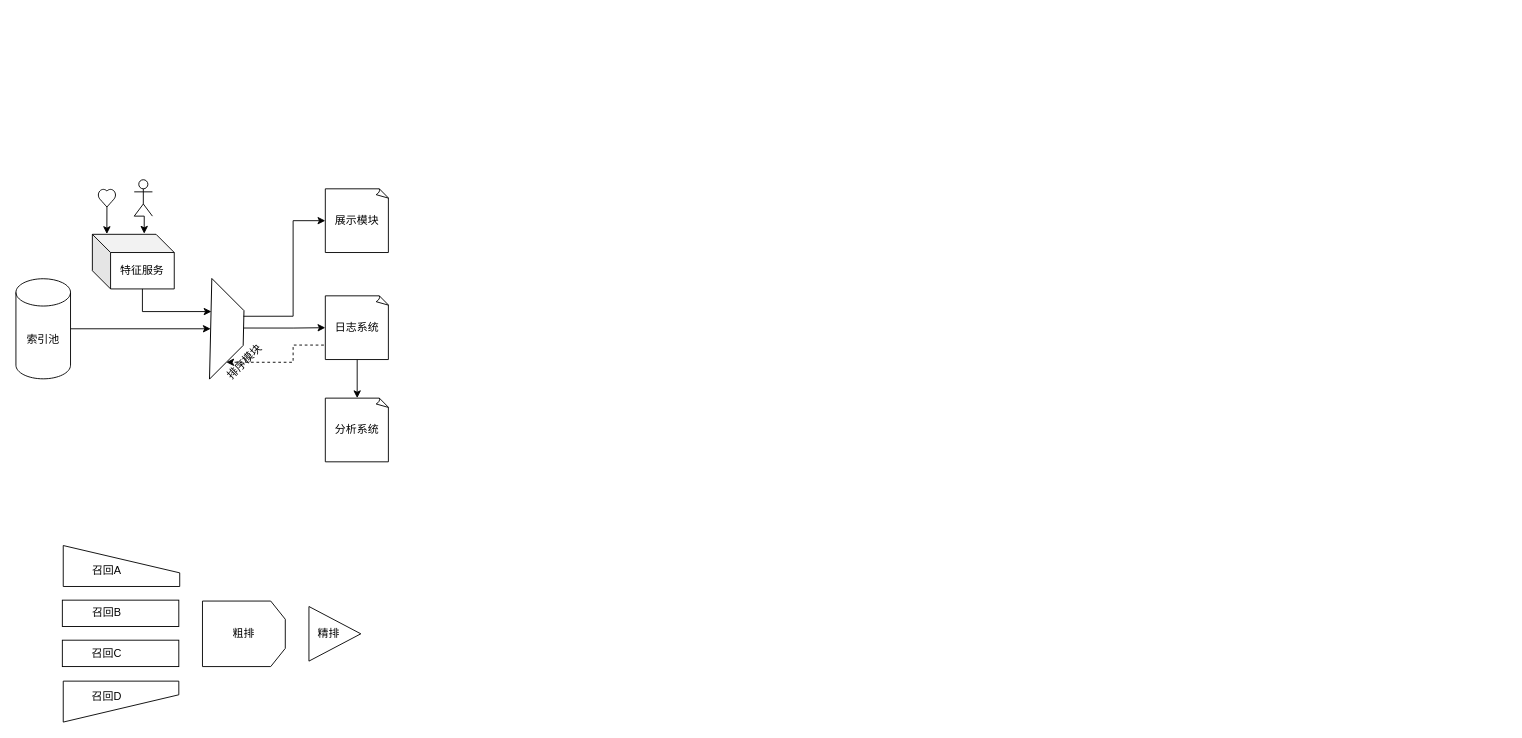
Xiaohu-D/- keeps this draw.io diagram as 未命名绘图.drawio. Above is the earlier version. Source tidied: cells renumbered, new cells numbered last; positions are measured from the earlier drawing's top-left corner, leaving out a move shared by most shapes. Both pictures are drawn from the tidied source at 91%, with x=0, y=0 at pixel (15, 179).
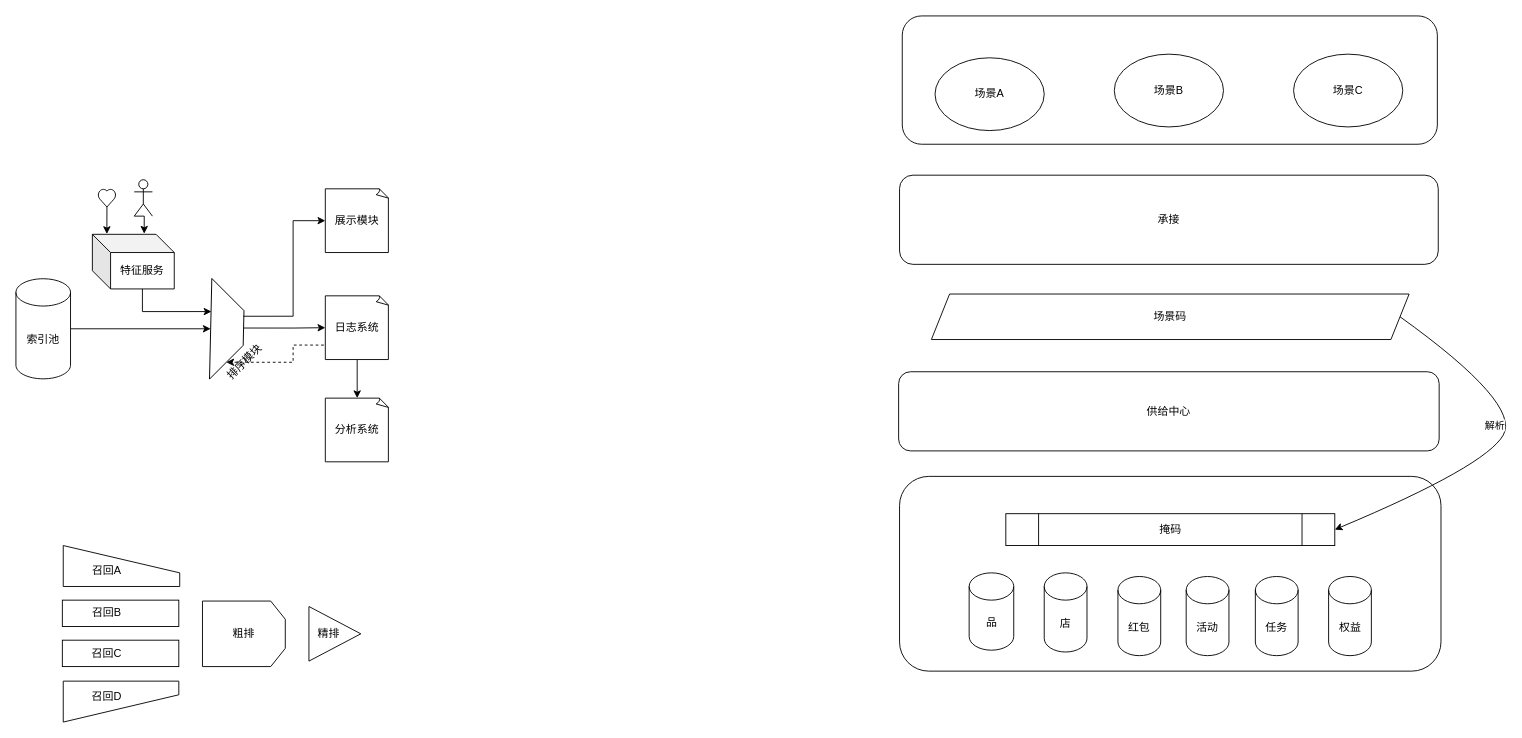
The same diagram, later.

Commit message:
更新未命名绘图.drawio

Diff of the diagram source:
```diff
@@
+    <mxCell id="29" style="rounded=1;whiteSpace=wrap;html=1;" parent="1" vertex="1">
+      <mxGeometry x="971" y="326" width="595" height="214" as="geometry" />
+    </mxCell>
+    <mxCell id="30" style="rounded=1;whiteSpace=wrap;html=1;" parent="1" vertex="1">
+      <mxGeometry x="974" y="-180" width="588" height="141" as="geometry" />
+    </mxCell>
@@
+    <mxCell id="31" value="供给中心" style="rounded=1;whiteSpace=wrap;html=1;" parent="1" vertex="1">
+      <mxGeometry x="970" y="211" width="594" height="87" as="geometry" />
+    </mxCell>
+    <mxCell id="32" value="品" style="shape=cylinder3;whiteSpace=wrap;html=1;boundedLbl=1;backgroundOutline=1;size=15;" parent="1" vertex="1">
+      <mxGeometry x="1047.5" y="432" width="49" height="85" as="geometry" />
+    </mxCell>
+    <mxCell id="33" value="店" style="shape=cylinder3;whiteSpace=wrap;html=1;boundedLbl=1;backgroundOutline=1;size=15;" parent="1" vertex="1">
+      <mxGeometry x="1130" y="432" width="47" height="87" as="geometry" />
+    </mxCell>
+    <mxCell id="34" value="红包" style="shape=cylinder3;whiteSpace=wrap;html=1;boundedLbl=1;backgroundOutline=1;size=15;" parent="1" vertex="1">
+      <mxGeometry x="1211" y="436" width="47" height="87" as="geometry" />
+    </mxCell>
+    <mxCell id="35" value="任务" style="shape=cylinder3;whiteSpace=wrap;html=1;boundedLbl=1;backgroundOutline=1;size=15;" parent="1" vertex="1">
+      <mxGeometry x="1362" y="436" width="47" height="87" as="geometry" />
+    </mxCell>
+    <mxCell id="36" value="权益" style="shape=cylinder3;whiteSpace=wrap;html=1;boundedLbl=1;backgroundOutline=1;size=15;" parent="1" vertex="1">
+      <mxGeometry x="1442.5" y="436" width="47" height="87" as="geometry" />
+    </mxCell>
+    <mxCell id="37" value="掩码" style="shape=process;whiteSpace=wrap;html=1;backgroundOutline=1;" parent="1" vertex="1">
+      <mxGeometry x="1087.8" y="367" width="361.5" height="35" as="geometry" />
+    </mxCell>
+    <mxCell id="38" value="场景A" style="ellipse;whiteSpace=wrap;html=1;" parent="1" vertex="1">
+      <mxGeometry x="1010" y="-134" width="120" height="80" as="geometry" />
+    </mxCell>
+    <mxCell id="39" value="场景B" style="ellipse;whiteSpace=wrap;html=1;" parent="1" vertex="1">
+      <mxGeometry x="1207" y="-138" width="120" height="80" as="geometry" />
+    </mxCell>
+    <mxCell id="40" value="场景C" style="ellipse;whiteSpace=wrap;html=1;" parent="1" vertex="1">
+      <mxGeometry x="1404" y="-138" width="120" height="80" as="geometry" />
+    </mxCell>
+    <mxCell id="41" value="场景码" style="shape=parallelogram;perimeter=parallelogramPerimeter;whiteSpace=wrap;html=1;fixedSize=1;" parent="1" vertex="1">
+      <mxGeometry x="1006" y="125.6" width="525" height="50" as="geometry" />
+    </mxCell>
+    <mxCell id="42" value="承接" style="rounded=1;whiteSpace=wrap;html=1;" parent="1" vertex="1">
+      <mxGeometry x="971" y="-5" width="592" height="98" as="geometry" />
+    </mxCell>
+    <mxCell id="43" style="endArrow=classic;html=1;curved=1;entryX=1;entryY=0.5;entryDx=0;entryDy=0;exitX=1;exitY=0.5;exitDx=0;exitDy=0;" parent="1" edge="1" source="41" target="37">
+      <mxGeometry relative="1" as="geometry">
+        <Array as="points">
+          <mxPoint x="1654" y="246" />
+          <mxPoint x="1615" y="315" />
+        </Array>
+      </mxGeometry>
+    </mxCell>
+    <mxCell id="44" value="解析" style="edgeLabel;html=1;align=center;verticalAlign=middle;" parent="43" vertex="1">
+      <mxGeometry x="-0.06" y="-14" relative="1" as="geometry" />
+    </mxCell>
+    <mxCell id="45" value="活动" style="shape=cylinder3;whiteSpace=wrap;html=1;boundedLbl=1;backgroundOutline=1;size=15;" parent="1" vertex="1">
+      <mxGeometry x="1286" y="436" width="47" height="87" as="geometry" />
+    </mxCell>
```
